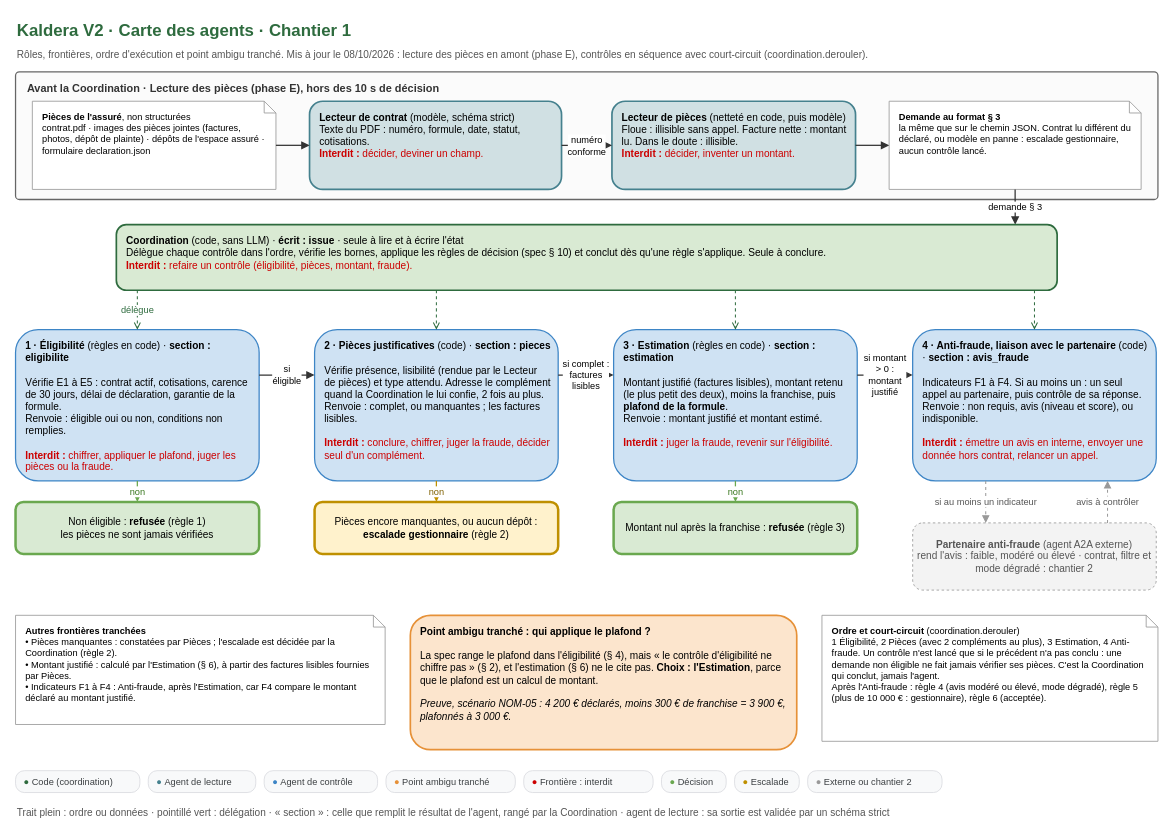
Before: conception/schemas/schema-1-carte-des-agents.drawio in Ganda15/kaldera-bout-en-bout_v2, a draw.io diagram. Source tidied: cells renumbered, new cells numbered last; positions are measured from the earlier drawing's top-left corner, leaving out a move shared by most shapes. Both pictures are drawn from the tidied source at 84%, with x=0, y=0 at pixel (15, 14).
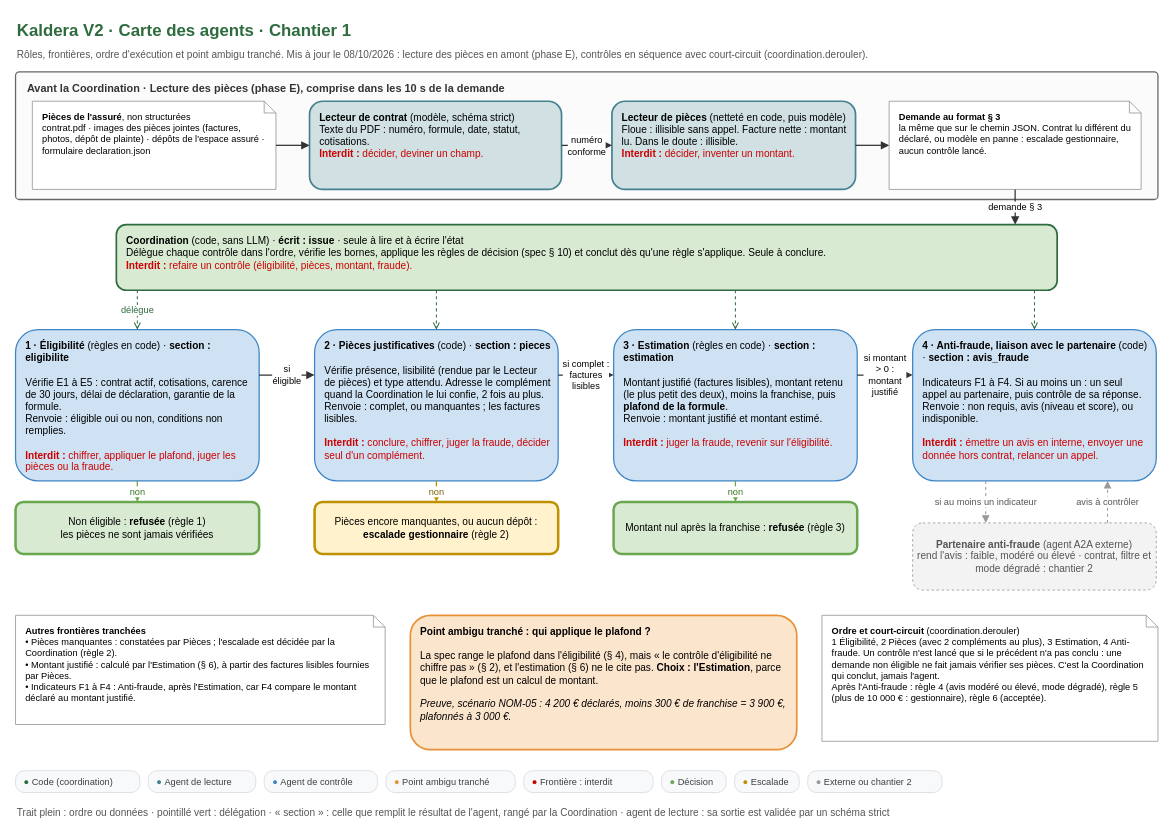
Above is the later version.

Commit message (it also covers changes not shown here):
docs(conception): budget de 10 s lecture comprise, controles en sequence dans la memoire, schemas 1, 2, E et N1

Diff of the diagram source:
```diff
@@
-    <mxCell id="4" value="Avant la Coordination · Lecture des pièces (phase E), hors des 10 s de décision" style="rounded=1;arcSize=3;whiteSpace=wrap;html=1;fillColor=#fbfbfb;strokeColor=#666666;strokeWidth=1.5;verticalAlign=top;align=left;spacingLeft=12;spacingTop=6;fontFamily=Arial;fontSize=13;fontStyle=1;fontColor=#333333;" parent="1" vertex="1">
+    <mxCell id="4" value="Avant la Coordination · Lecture des pièces (phase E), comprise dans les 10 s de la demande" style="rounded=1;arcSize=3;whiteSpace=wrap;html=1;fillColor=#fbfbfb;strokeColor=#666666;strokeWidth=1.5;verticalAlign=top;align=left;spacingLeft=12;spacingTop=6;fontFamily=Arial;fontSize=13;fontStyle=1;fontColor=#333333;" parent="1" vertex="1">
       <mxGeometry y="68" width="1360" height="152" as="geometry" />
     </mxCell>
```
